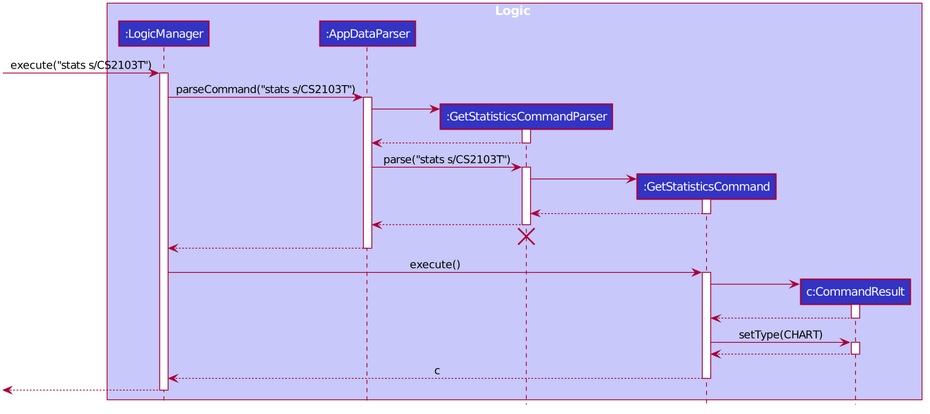
Before: docs/images/StatisticsSequenceDiagram.png, a diagram exported from PlantUML (nus-cs2103-AY1920S1/addressbook-level3).
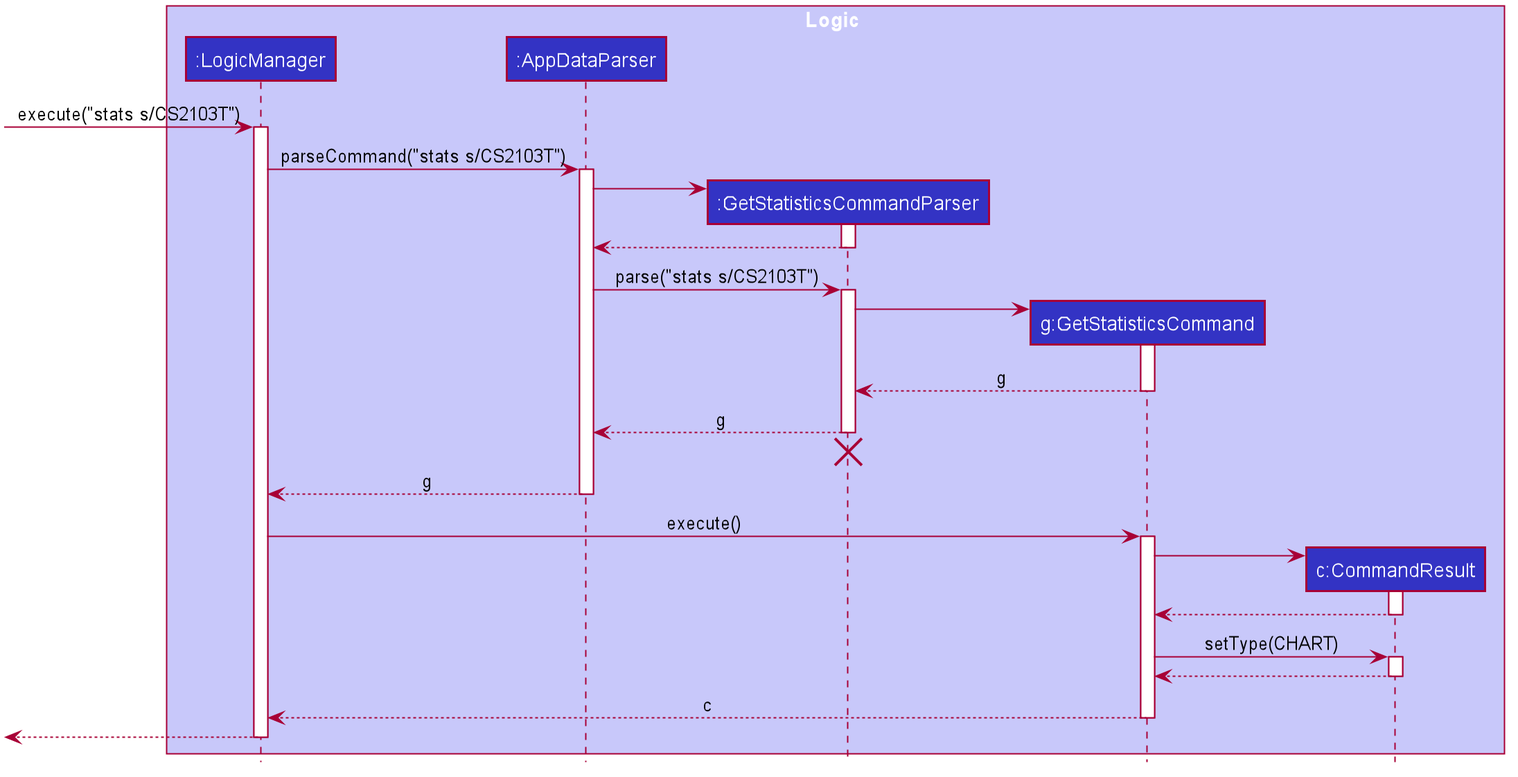
Later version of the same file.

Diff of the diagram source:
```diff
@@ -52,7 +52,7 @@
 participant ":LogicManager" as LogicManager #3333C4
 participant ":AppDataParser" as AppDataParser #3333C4
 participant ":GetStatisticsCommandParser" as GetStatisticsCommandParser #3333C4
-participant ":GetStatisticsCommand" as GetStatisticsCommand #3333C4
+participant "g:GetStatisticsCommand" as GetStatisticsCommand #3333C4
 participant "c:CommandResult" as CommandResult #3333C4
 end box
 
@@ -76,15 +76,15 @@
 GetStatisticsCommandParser -> GetStatisticsCommand
 activate GetStatisticsCommand
 
-GetStatisticsCommand --> GetStatisticsCommandParser
+GetStatisticsCommand --> GetStatisticsCommandParser : g
 deactivate GetStatisticsCommand
 
-GetStatisticsCommandParser --> AppDataParser
+GetStatisticsCommandParser --> AppDataParser : g
 deactivate GetStatisticsCommandParser
 GetStatisticsCommandParser -[hidden]-> AppDataParser
 destroy GetStatisticsCommandParser
 
-AppDataParser --> LogicManager
+AppDataParser --> LogicManager : g
 deactivate AppDataParser
 
 LogicManager -> GetStatisticsCommand : execute()
```
